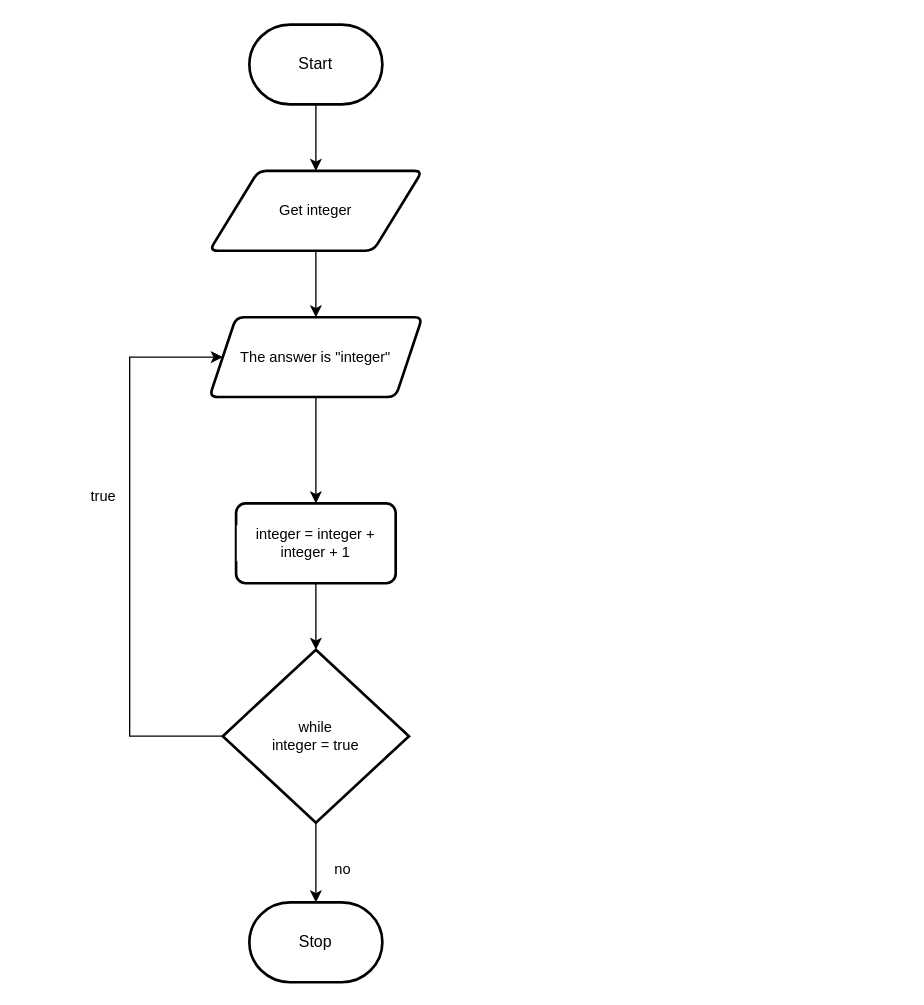
Above: design/flowchart.drawio in MTHS-ICD2O-1-2024/ICD2O-Assignment-05-Olivia-Ten-Den (draw.io), before the change. Source tidied: cells renumbered, new cells numbered last; positions are measured from the earlier drawing's top-left corner, leaving out a move shared by most shapes. Both pictures are drawn from the tidied source at 133%, with x=0, y=0 at pixel (76, 24).
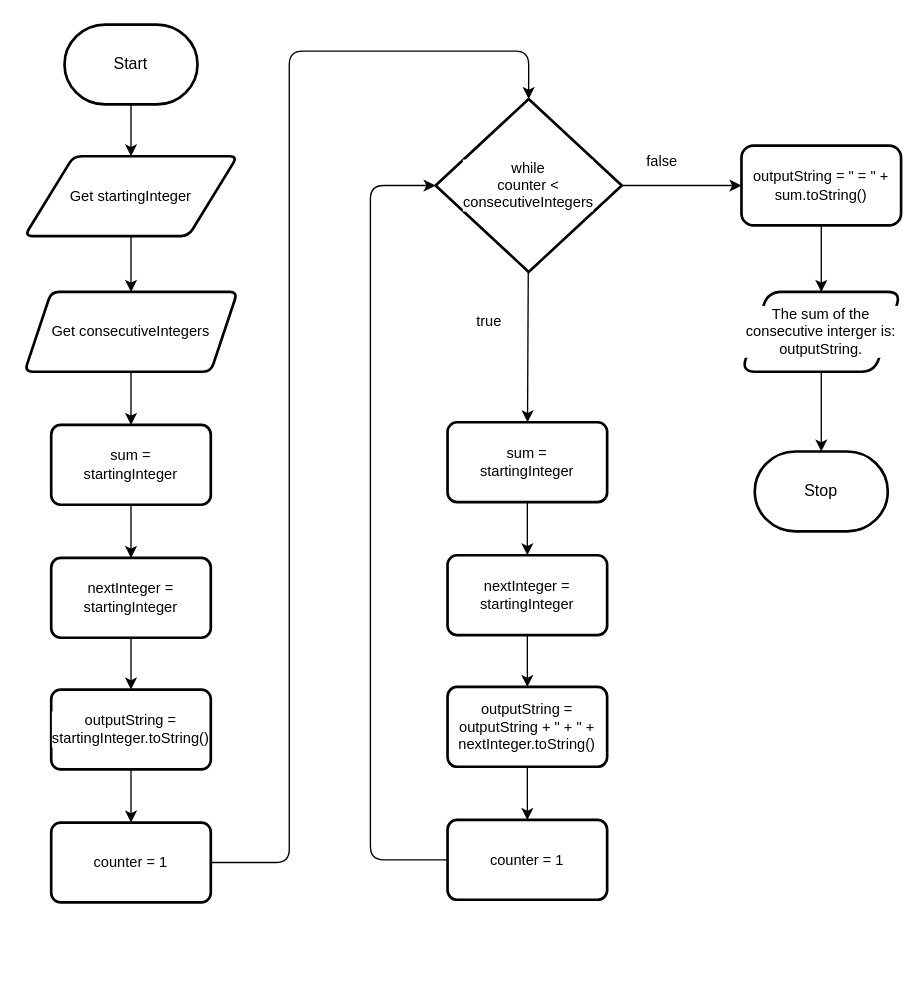
Above is the later version.

Change to the diagram source:
```diff
@@
     <mxCell id="3" value="Start" style="strokeWidth=2;html=1;shape=mxgraph.flowchart.terminator;whiteSpace=wrap;" parent="1" vertex="1">
-      <mxGeometry x="130" width="100" height="60" as="geometry" />
+      <mxGeometry x="-9" width="100" height="60" as="geometry" />
     </mxCell>
     <mxCell id="4" value="Stop" style="strokeWidth=2;html=1;shape=mxgraph.flowchart.terminator;whiteSpace=wrap;" parent="1" vertex="1">
-      <mxGeometry x="130" y="660" width="100" height="60" as="geometry" />
+      <mxGeometry x="510" y="321" width="100" height="60" as="geometry" />
     </mxCell>
@@
-    <mxCell id="6" value="Get integer" style="shape=parallelogram;html=1;strokeWidth=2;perimeter=parallelogramPerimeter;whiteSpace=wrap;rounded=1;arcSize=12;size=0.23;fontFamily=Helvetica;fontSize=11;fontColor=default;labelBackgroundColor=default;" parent="1" vertex="1">
-      <mxGeometry x="100" y="110" width="160" height="60" as="geometry" />
+    <mxCell id="6" value="Get startingInteger" style="shape=parallelogram;html=1;strokeWidth=2;perimeter=parallelogramPerimeter;whiteSpace=wrap;rounded=1;arcSize=12;size=0.23;fontFamily=Helvetica;fontSize=11;fontColor=default;labelBackgroundColor=default;" parent="1" vertex="1">
+      <mxGeometry x="-39" y="99" width="160" height="60" as="geometry" />
     </mxCell>
-    <mxCell id="7" style="edgeStyle=orthogonalEdgeStyle;shape=connector;rounded=0;html=1;strokeColor=default;align=center;verticalAlign=middle;fontFamily=Helvetica;fontSize=11;fontColor=default;labelBackgroundColor=default;endArrow=classic;entryX=0;entryY=0.5;entryDx=0;entryDy=0;" parent="1" edge="1" source="9" target="11">
-      <mxGeometry relative="1" as="geometry">
-        <Array as="points">
-          <mxPoint x="40" y="535" />
-          <mxPoint x="40" y="250" />
-        </Array>
-      </mxGeometry>
-    </mxCell>
-    <mxCell id="8" style="edgeStyle=orthogonalEdgeStyle;shape=connector;rounded=0;html=1;strokeColor=default;align=center;verticalAlign=middle;fontFamily=Helvetica;fontSize=11;fontColor=default;labelBackgroundColor=default;endArrow=classic;" parent="1" edge="1" source="9" target="4">
-      <mxGeometry relative="1" as="geometry" />
-    </mxCell>
+    <mxCell id="16" style="edgeStyle=none;html=1;" parent="1" edge="1" source="9" target="26">
+      <mxGeometry relative="1" as="geometry" />
+    </mxCell>
+    <mxCell id="17" style="edgeStyle=orthogonalEdgeStyle;shape=connector;rounded=1;html=1;strokeColor=default;align=center;verticalAlign=middle;fontFamily=Helvetica;fontSize=11;fontColor=default;labelBackgroundColor=default;endArrow=classic;" parent="1" edge="1" source="9" target="34">
+      <mxGeometry relative="1" as="geometry" />
+    </mxCell>
-    <mxCell id="9" value="while&lt;div&gt;integer = true&lt;/div&gt;" style="strokeWidth=2;html=1;shape=mxgraph.flowchart.decision;whiteSpace=wrap;fontFamily=Helvetica;fontSize=11;fontColor=default;labelBackgroundColor=default;" parent="1" vertex="1">
-      <mxGeometry x="110" y="470" width="140" height="130" as="geometry" />
+    <mxCell id="9" value="while&lt;div&gt;counter &amp;lt;&lt;/div&gt;&lt;div&gt;consecutiveIntegers&lt;/div&gt;" style="strokeWidth=2;html=1;shape=mxgraph.flowchart.decision;whiteSpace=wrap;fontFamily=Helvetica;fontSize=11;fontColor=default;labelBackgroundColor=default;" parent="1" vertex="1">
+      <mxGeometry x="270" y="56" width="140" height="130" as="geometry" />
     </mxCell>
@@
-    <mxCell id="11" value="The answer is &quot;integer&quot;" style="shape=parallelogram;perimeter=parallelogramPerimeter;whiteSpace=wrap;html=1;fixedSize=1;fontSize=11;strokeWidth=2;rounded=1;arcSize=12;labelBackgroundColor=default;" parent="1" vertex="1">
-      <mxGeometry x="100" y="220" width="160" height="60" as="geometry" />
+    <mxCell id="11" value="Get consecutiveIntegers" style="shape=parallelogram;perimeter=parallelogramPerimeter;whiteSpace=wrap;html=1;fixedSize=1;fontSize=11;strokeWidth=2;rounded=1;arcSize=12;labelBackgroundColor=default;" parent="1" vertex="1">
+      <mxGeometry x="-39" y="201" width="160" height="60" as="geometry" />
     </mxCell>
-    <mxCell id="12" style="edgeStyle=orthogonalEdgeStyle;shape=connector;rounded=0;html=1;strokeColor=default;align=center;verticalAlign=middle;fontFamily=Helvetica;fontSize=11;fontColor=default;labelBackgroundColor=default;endArrow=classic;" parent="1" edge="1" source="13" target="9">
-      <mxGeometry relative="1" as="geometry" />
-    </mxCell>
+    <mxCell id="18" style="edgeStyle=none;html=1;" parent="1" edge="1" source="13" target="20">
+      <mxGeometry relative="1" as="geometry" />
+    </mxCell>
-    <mxCell id="13" value="integer = integer + integer + 1" style="rounded=1;whiteSpace=wrap;html=1;fontSize=11;strokeWidth=2;arcSize=12;labelBackgroundColor=default;" parent="1" vertex="1">
-      <mxGeometry x="120" y="360" width="120" height="60" as="geometry" />
+    <mxCell id="13" value="sum =&lt;div&gt;startingInteger&lt;/div&gt;" style="rounded=1;whiteSpace=wrap;html=1;fontSize=11;strokeWidth=2;arcSize=12;labelBackgroundColor=default;" parent="1" vertex="1">
+      <mxGeometry x="-19" y="301" width="120" height="60" as="geometry" />
     </mxCell>
+    <mxCell id="19" style="edgeStyle=none;html=1;" parent="1" edge="1" source="20" target="22">
+      <mxGeometry relative="1" as="geometry" />
+    </mxCell>
+    <mxCell id="20" value="nextInteger =&lt;div&gt;startingInteger&lt;/div&gt;" style="rounded=1;whiteSpace=wrap;html=1;fontSize=11;strokeWidth=2;arcSize=12;labelBackgroundColor=default;" parent="1" vertex="1">
+      <mxGeometry x="-19" y="401" width="120" height="60" as="geometry" />
+    </mxCell>
+    <mxCell id="21" style="edgeStyle=none;html=1;" parent="1" edge="1" source="22" target="24">
+      <mxGeometry relative="1" as="geometry" />
+    </mxCell>
+    <mxCell id="22" value="outputString =&lt;div&gt;startingInteger.toString()&lt;/div&gt;" style="rounded=1;whiteSpace=wrap;html=1;fontSize=11;strokeWidth=2;arcSize=12;labelBackgroundColor=default;" parent="1" vertex="1">
+      <mxGeometry x="-19" y="500" width="120" height="60" as="geometry" />
+    </mxCell>
+    <mxCell id="23" style="edgeStyle=orthogonalEdgeStyle;html=1;entryX=0.5;entryY=0;entryDx=0;entryDy=0;entryPerimeter=0;exitX=1;exitY=0.5;exitDx=0;exitDy=0;" parent="1" edge="1" source="24" target="9">
+      <mxGeometry relative="1" as="geometry">
+        <Array as="points">
+          <mxPoint x="160" y="630" />
+          <mxPoint x="160" y="20" />
+          <mxPoint x="340" y="20" />
+        </Array>
+      </mxGeometry>
+    </mxCell>
+    <mxCell id="24" value="counter = 1" style="rounded=1;whiteSpace=wrap;html=1;fontSize=11;strokeWidth=2;arcSize=12;labelBackgroundColor=default;" parent="1" vertex="1">
+      <mxGeometry x="-19" y="600" width="120" height="60" as="geometry" />
+    </mxCell>
+    <mxCell id="25" style="edgeStyle=none;html=1;" parent="1" edge="1" source="26" target="28">
+      <mxGeometry relative="1" as="geometry" />
+    </mxCell>
+    <mxCell id="26" value="sum =&lt;div&gt;startingInteger&lt;/div&gt;" style="rounded=1;whiteSpace=wrap;html=1;fontSize=11;strokeWidth=2;arcSize=12;labelBackgroundColor=default;" parent="1" vertex="1">
+      <mxGeometry x="279" y="299" width="120" height="60" as="geometry" />
+    </mxCell>
+    <mxCell id="27" style="edgeStyle=none;html=1;" parent="1" edge="1" source="28" target="30">
+      <mxGeometry relative="1" as="geometry" />
+    </mxCell>
+    <mxCell id="28" value="nextInteger =&lt;div&gt;startingInteger&lt;/div&gt;" style="rounded=1;whiteSpace=wrap;html=1;fontSize=11;strokeWidth=2;arcSize=12;labelBackgroundColor=default;" parent="1" vertex="1">
+      <mxGeometry x="279" y="399" width="120" height="60" as="geometry" />
+    </mxCell>
+    <mxCell id="29" style="edgeStyle=none;html=1;" parent="1" edge="1" source="30" target="32">
+      <mxGeometry relative="1" as="geometry" />
+    </mxCell>
+    <mxCell id="30" value="outputString =&lt;div&gt;&lt;span style=&quot;background-color: light-dark(#ffffff, var(--ge-dark-color, #121212));&quot;&gt;&lt;font color=&quot;#000000&quot;&gt;outputString + &quot; + &quot; +&lt;/font&gt;&lt;/span&gt;&lt;/div&gt;&lt;div&gt;&lt;span style=&quot;background-color: light-dark(#ffffff, var(--ge-dark-color, #121212));&quot;&gt;nextInteger.toString()&lt;/span&gt;&lt;/div&gt;" style="rounded=1;whiteSpace=wrap;html=1;fontSize=11;strokeWidth=2;arcSize=12;labelBackgroundColor=default;" parent="1" vertex="1">
+      <mxGeometry x="279" y="498" width="120" height="60" as="geometry" />
+    </mxCell>
+    <mxCell id="31" style="edgeStyle=orthogonalEdgeStyle;shape=connector;rounded=1;html=1;strokeColor=default;align=center;verticalAlign=middle;fontFamily=Helvetica;fontSize=11;fontColor=default;labelBackgroundColor=default;endArrow=classic;entryX=0;entryY=0.5;entryDx=0;entryDy=0;entryPerimeter=0;" parent="1" edge="1" source="32" target="9">
+      <mxGeometry relative="1" as="geometry">
+        <Array as="points">
+          <mxPoint x="221" y="628" />
+          <mxPoint x="221" y="121" />
+        </Array>
+      </mxGeometry>
+    </mxCell>
+    <mxCell id="32" value="counter = 1" style="rounded=1;whiteSpace=wrap;html=1;fontSize=11;strokeWidth=2;arcSize=12;labelBackgroundColor=default;" parent="1" vertex="1">
+      <mxGeometry x="279" y="598" width="120" height="60" as="geometry" />
+    </mxCell>
+    <mxCell id="33" style="edgeStyle=orthogonalEdgeStyle;shape=connector;rounded=1;html=1;strokeColor=default;align=center;verticalAlign=middle;fontFamily=Helvetica;fontSize=11;fontColor=default;labelBackgroundColor=default;endArrow=classic;" parent="1" edge="1" source="34" target="36">
+      <mxGeometry relative="1" as="geometry" />
+    </mxCell>
+    <mxCell id="34" value="outputString = &quot; = &quot; +&lt;div&gt;sum.toString()&lt;/div&gt;" style="rounded=1;whiteSpace=wrap;html=1;fontSize=11;strokeWidth=2;labelBackgroundColor=default;" parent="1" vertex="1">
+      <mxGeometry x="500" y="91" width="120" height="60" as="geometry" />
+    </mxCell>
+    <mxCell id="35" style="edgeStyle=orthogonalEdgeStyle;shape=connector;rounded=1;html=1;strokeColor=default;align=center;verticalAlign=middle;fontFamily=Helvetica;fontSize=11;fontColor=default;labelBackgroundColor=default;endArrow=classic;" parent="1" edge="1" source="36" target="4">
+      <mxGeometry relative="1" as="geometry" />
+    </mxCell>
+    <mxCell id="36" value="The sum of the consecutive interger is:&lt;div&gt;outputString.&lt;/div&gt;" style="shape=parallelogram;perimeter=parallelogramPerimeter;whiteSpace=wrap;html=1;fixedSize=1;fontSize=11;rounded=1;strokeWidth=2;labelBackgroundColor=default;" parent="1" vertex="1">
+      <mxGeometry x="500" y="201" width="120" height="60" as="geometry" />
+    </mxCell>
     <mxCell id="14" value="true" style="text;html=1;align=center;verticalAlign=middle;strokeColor=none;fillColor=none;fontFamily=Helvetica;fontSize=11;fontColor=default;labelBackgroundColor=default;" parent="1" vertex="1">
-      <mxGeometry y="340" width="40" height="30" as="geometry" />
+      <mxGeometry x="290" y="208" width="40" height="30" as="geometry" />
     </mxCell>
-    <mxCell id="15" value="no" style="text;html=1;align=center;verticalAlign=middle;strokeColor=none;fillColor=none;fontFamily=Helvetica;fontSize=11;fontColor=default;labelBackgroundColor=default;" parent="1" vertex="1">
-      <mxGeometry x="180" y="620" width="40" height="30" as="geometry" />
-    </mxCell>
+    <mxCell id="37" value="false" style="text;html=1;align=center;verticalAlign=middle;strokeColor=none;fillColor=none;fontFamily=Helvetica;fontSize=11;fontColor=default;labelBackgroundColor=default;" parent="1" vertex="1">
+      <mxGeometry x="415" y="88" width="50" height="30" as="geometry" />
+    </mxCell>
```
